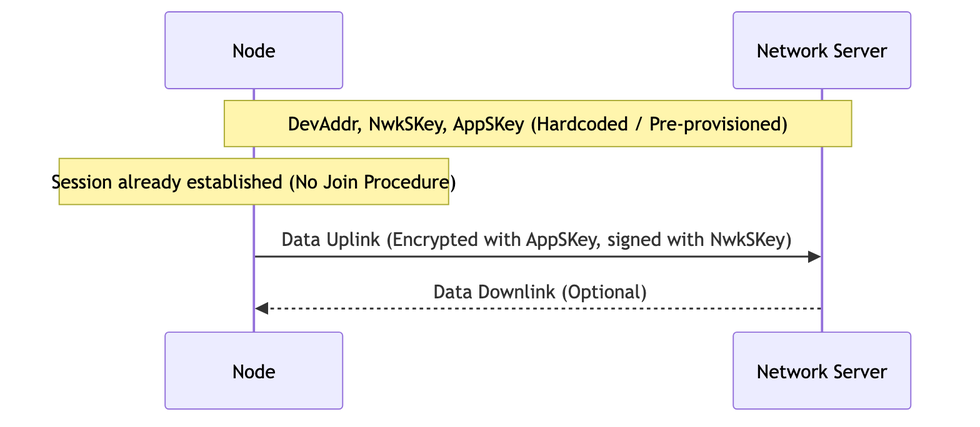
salesmendesandre/APS_GROWTH keeps this Mermaid diagram as book/_static/generated/diagrams_pdf/es/lorawan_abp.png. Above is the earlier version. Its source is kept beside it as diagram_sources/es/lorawan_abp.mermaid. The source it was exported from:
```mermaid
sequenceDiagram
    participant Node
    participant NS as Network Server

    Note over Node, NS: DevAddr, NwkSKey, AppSKey (Hardcoded / Pre-provisioned)
    Note over Node: Session already established (No Join Procedure)
    Node->>NS: Data Uplink (Encrypted with AppSKey, signed with NwkSKey)
    NS-->>Node: Data Downlink (Optional)
```
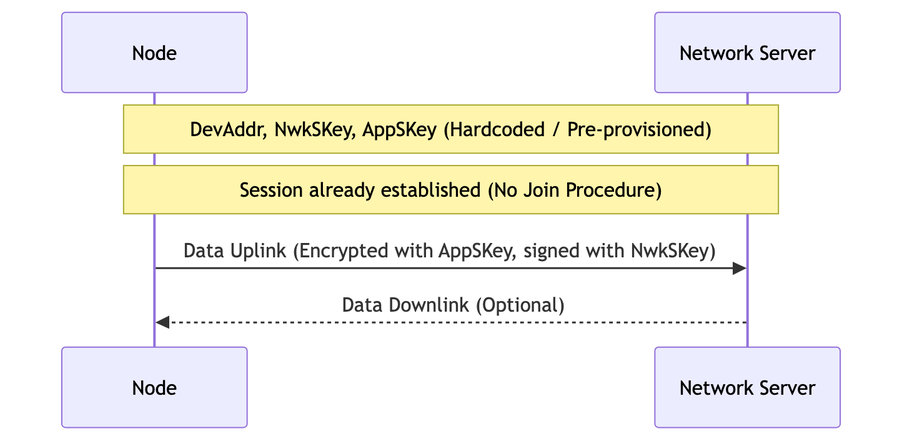
Above is the later version.

What changed in the source:
```diff
@@ -3,6 +3,6 @@
     participant NS as Network Server
 
     Note over Node, NS: DevAddr, NwkSKey, AppSKey (Hardcoded / Pre-provisioned)
-    Note over Node: Session already established (No Join Procedure)
+    Note over Node, NS: Session already established (No Join Procedure)
     Node->>NS: Data Uplink (Encrypted with AppSKey, signed with NwkSKey)
     NS-->>Node: Data Downlink (Optional)
```
